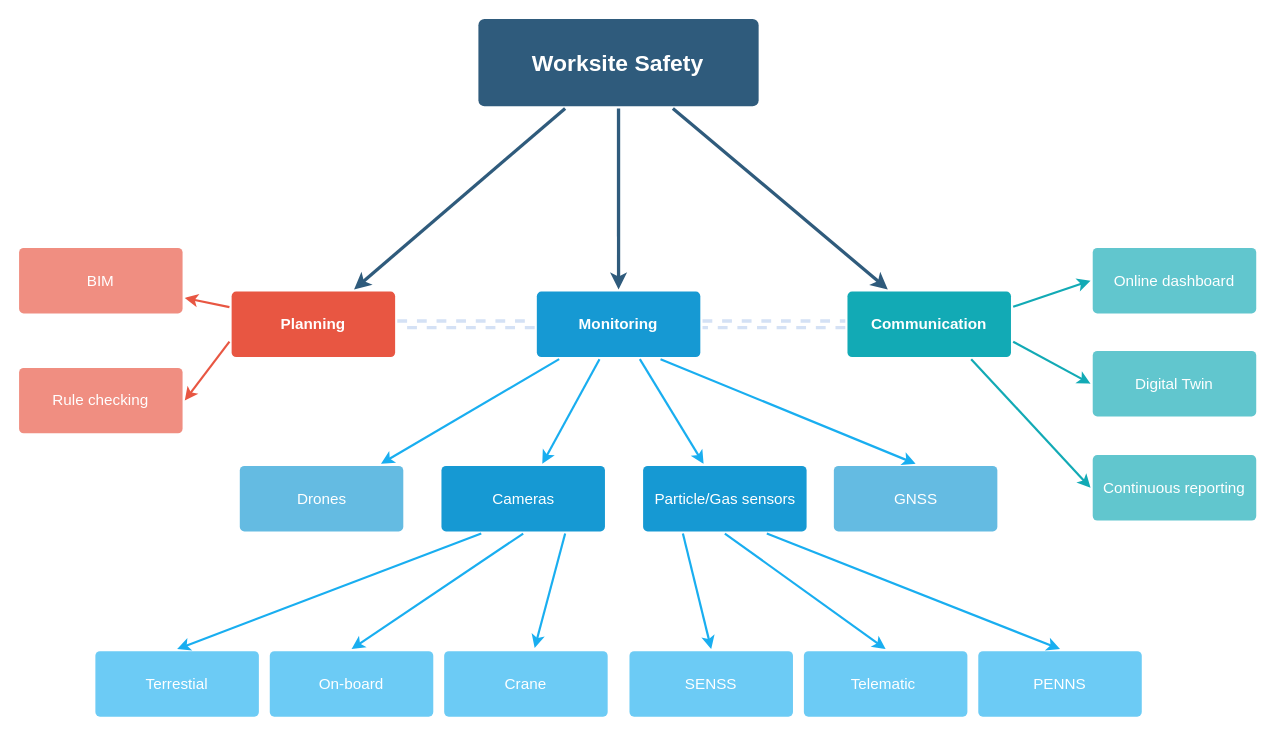
This is diagrams/Safety.drawio from Kristoffernegendahl/Femern, a draw.io file, before an edit. Source tidied: cells renumbered, new cells numbered last; positions are measured from the earlier drawing's top-left corner, leaving out a move shared by most shapes. Both pictures are drawn from the tidied source at 109%, with x=0, y=0 at pixel (19, 19).
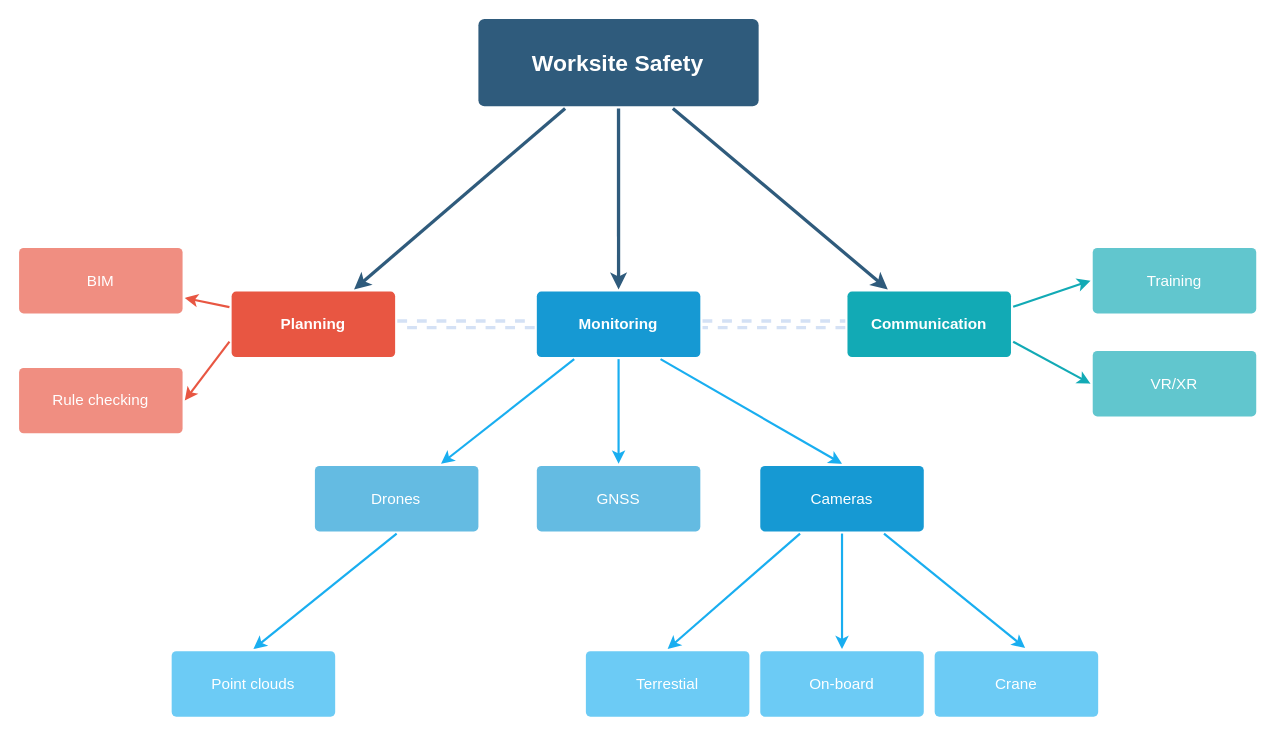
After the change.

Unchanged cells that the change refers to:
```xml
<mxCell id="16" value="Monitoring" style="rounded=1;whiteSpace=wrap;html=1;shadow=0;labelBackgroundColor=none;strokeColor=none;strokeWidth=3;fillColor=#1699D3;fontFamily=Helvetica;fontSize=14;fontColor=#FFFFFF;align=center;spacing=5;fontStyle=1;arcSize=7;perimeterSpacing=2;" parent="1" vertex="1">
  <mxGeometry x="475" y="250" width="150" height="60" as="geometry" />
</mxCell>
<mxCell id="29" value="Communication" style="rounded=1;whiteSpace=wrap;html=1;shadow=0;labelBackgroundColor=none;strokeColor=none;strokeWidth=3;fillColor=#12aab5;fontFamily=Helvetica;fontSize=14;fontColor=#FFFFFF;align=center;spacing=5;fontStyle=1;arcSize=7;perimeterSpacing=2;" parent="1" vertex="1">
  <mxGeometry x="760" y="250" width="150" height="60" as="geometry" />
</mxCell>
```

The edit, as a diff of the source:
```diff
@@
+    <mxCell id="15" style="edgeStyle=none;rounded=0;jettySize=auto;html=1;exitX=1;exitY=0.5;exitDx=0;exitDy=0;strokeColor=#D4E1F5;strokeWidth=3;shape=link;dashed=1;" parent="1" edge="1" source="16" target="29">
+      <mxGeometry relative="1" as="geometry" />
+    </mxCell>
-    <mxCell id="12" style="edgeStyle=none;rounded=0;jumpStyle=none;html=1;shadow=0;labelBackgroundColor=none;startArrow=none;startFill=0;endArrow=classic;endFill=1;jettySize=auto;strokeColor=#19AEF0;strokeWidth=2;fontFamily=Helvetica;fontSize=14;fontColor=#FFFFFF;spacing=5;endSize=6;startSize=1;" parent="1" edge="1" source="16" target="24">
+    <mxCell id="12" style="edgeStyle=none;rounded=0;jettySize=auto;html=1;exitX=0.75;exitY=1;exitDx=0;exitDy=0;entryX=0.5;entryY=0;entryDx=0;entryDy=0;strokeColor=#19AEF0;strokeWidth=2;" parent="1" edge="1" source="16" target="24">
       <mxGeometry relative="1" as="geometry" />
     </mxCell>
-    <mxCell id="13" style="edgeStyle=none;rounded=0;jumpStyle=none;html=1;shadow=0;labelBackgroundColor=none;startArrow=none;startFill=0;endArrow=classic;endFill=1;jettySize=auto;strokeColor=#19AEF0;strokeWidth=2;fontFamily=Helvetica;fontSize=14;fontColor=#FFFFFF;spacing=5;endSize=6;startSize=1;" parent="1" edge="1" source="16" target="20">
-      <mxGeometry relative="1" as="geometry" />
-    </mxCell>
-    <mxCell id="14" style="edgeStyle=none;rounded=0;jettySize=auto;html=1;exitX=0.75;exitY=1;exitDx=0;exitDy=0;entryX=0.5;entryY=0;entryDx=0;entryDy=0;strokeColor=#19AEF0;strokeWidth=2;endSize=6;startSize=1;" parent="1" edge="1" source="16" target="35">
+    <mxCell id="14" style="edgeStyle=none;rounded=0;jettySize=auto;html=1;exitX=0.5;exitY=1;exitDx=0;exitDy=0;entryX=0.5;entryY=0;entryDx=0;entryDy=0;strokeColor=#19AEF0;strokeWidth=2;" parent="1" edge="1" source="16" target="35">
       <mxGeometry relative="1" as="geometry" />
     </mxCell>
-    <mxCell id="15" style="edgeStyle=none;rounded=0;jettySize=auto;html=1;exitX=1;exitY=0.5;exitDx=0;exitDy=0;strokeColor=#D4E1F5;strokeWidth=3;shape=link;dashed=1;" parent="1" edge="1" source="16" target="29">
-      <mxGeometry relative="1" as="geometry" />
-    </mxCell>
@@
-    <mxCell id="17" style="edgeStyle=none;rounded=0;jettySize=auto;html=1;exitX=0.25;exitY=1;exitDx=0;exitDy=0;entryX=0.5;entryY=0;entryDx=0;entryDy=0;strokeColor=#19AEF0;strokeWidth=2;endSize=6;startSize=1;" parent="1" edge="1" source="20" target="36">
-      <mxGeometry relative="1" as="geometry" />
-    </mxCell>
-    <mxCell id="18" style="edgeStyle=none;rounded=0;jettySize=auto;html=1;exitX=0.5;exitY=1;exitDx=0;exitDy=0;entryX=0.5;entryY=0;entryDx=0;entryDy=0;strokeColor=#19AEF0;strokeWidth=2;endSize=6;startSize=1;" parent="1" edge="1" source="20" target="37">
-      <mxGeometry relative="1" as="geometry" />
-    </mxCell>
-    <mxCell id="19" style="edgeStyle=none;rounded=0;jettySize=auto;html=1;exitX=0.75;exitY=1;exitDx=0;exitDy=0;entryX=0.5;entryY=0;entryDx=0;entryDy=0;strokeColor=#19AEF0;strokeWidth=2;endSize=6;startSize=1;" parent="1" edge="1" source="20" target="38">
-      <mxGeometry relative="1" as="geometry" />
-    </mxCell>
-    <mxCell id="20" value="Particle/Gas sensors" style="rounded=1;whiteSpace=wrap;html=1;shadow=0;labelBackgroundColor=none;strokeColor=none;strokeWidth=3;fillColor=#1699D3;fontFamily=Helvetica;fontSize=14;fontColor=#FFFFFF;align=center;spacing=5;arcSize=7;perimeterSpacing=2;" parent="1" vertex="1">
-      <mxGeometry x="572.5" y="410" width="150" height="60" as="geometry" />
-    </mxCell>
@@
     <mxCell id="24" value="Cameras" style="rounded=1;whiteSpace=wrap;html=1;shadow=0;labelBackgroundColor=none;strokeColor=none;strokeWidth=3;fillColor=#1699D3;fontFamily=Helvetica;fontSize=14;fontColor=#FFFFFF;align=center;spacing=5;arcSize=7;perimeterSpacing=2;" parent="1" vertex="1">
-      <mxGeometry x="387.5" y="410" width="150" height="60" as="geometry" />
+      <mxGeometry x="680" y="410" width="150" height="60" as="geometry" />
     </mxCell>
+    <mxCell id="41" style="edgeStyle=none;rounded=0;jettySize=auto;html=1;exitX=0.5;exitY=1;exitDx=0;exitDy=0;entryX=0.5;entryY=0;entryDx=0;entryDy=0;strokeColor=#19AEF0;strokeWidth=2;" parent="1" edge="1" source="25" target="42">
+      <mxGeometry relative="1" as="geometry" />
+    </mxCell>
     <mxCell id="25" value="Drones" style="rounded=1;whiteSpace=wrap;html=1;shadow=0;labelBackgroundColor=none;strokeColor=none;strokeWidth=3;fillColor=#64bbe2;fontFamily=Helvetica;fontSize=14;fontColor=#FFFFFF;align=center;spacing=5;arcSize=7;perimeterSpacing=2;" parent="1" vertex="1">
-      <mxGeometry x="202.5" y="410" width="150" height="60" as="geometry" />
+      <mxGeometry x="271.4" y="410" width="150" height="60" as="geometry" />
     </mxCell>
@@
-    <mxCell id="28" style="edgeStyle=none;rounded=0;jettySize=auto;html=1;exitX=0.75;exitY=1;exitDx=0;exitDy=0;entryX=0;entryY=0.5;entryDx=0;entryDy=0;fontSize=21;strokeColor=#12AAB5;strokeWidth=2;" parent="1" edge="1" source="29" target="39">
-      <mxGeometry relative="1" as="geometry" />
-    </mxCell>
@@
-    <mxCell id="30" value="Digital Twin" style="rounded=1;whiteSpace=wrap;html=1;shadow=0;labelBackgroundColor=none;strokeColor=none;strokeWidth=3;fillColor=#61c6ce;fontFamily=Helvetica;fontSize=14;fontColor=#FFFFFF;align=center;spacing=5;fontStyle=0;arcSize=7;perimeterSpacing=2;" parent="1" vertex="1">
+    <mxCell id="30" value="VR/XR" style="rounded=1;whiteSpace=wrap;html=1;shadow=0;labelBackgroundColor=none;strokeColor=none;strokeWidth=3;fillColor=#61c6ce;fontFamily=Helvetica;fontSize=14;fontColor=#FFFFFF;align=center;spacing=5;fontStyle=0;arcSize=7;perimeterSpacing=2;" parent="1" vertex="1">
       <mxGeometry x="985" y="304.5" width="150" height="60" as="geometry" />
     </mxCell>
-    <mxCell id="31" value="Online dashboard" style="rounded=1;whiteSpace=wrap;html=1;shadow=0;labelBackgroundColor=none;strokeColor=none;strokeWidth=3;fillColor=#61c6ce;fontFamily=Helvetica;fontSize=14;fontColor=#FFFFFF;align=center;spacing=5;fontStyle=0;arcSize=7;perimeterSpacing=2;" parent="1" vertex="1">
+    <mxCell id="31" value="Training" style="rounded=1;whiteSpace=wrap;html=1;shadow=0;labelBackgroundColor=none;strokeColor=none;strokeWidth=3;fillColor=#61c6ce;fontFamily=Helvetica;fontSize=14;fontColor=#FFFFFF;align=center;spacing=5;fontStyle=0;arcSize=7;perimeterSpacing=2;" parent="1" vertex="1">
       <mxGeometry x="985" y="210" width="150" height="60" as="geometry" />
     </mxCell>
     <mxCell id="32" value="Terrestial" style="rounded=1;whiteSpace=wrap;html=1;shadow=0;labelBackgroundColor=none;strokeColor=none;strokeWidth=3;fillColor=#6CCBF5;fontFamily=Helvetica;fontSize=14;fontColor=#FFFFFF;align=center;spacing=5;arcSize=7;perimeterSpacing=2;" parent="1" vertex="1">
-      <mxGeometry x="70" y="580" width="150" height="60" as="geometry" />
+      <mxGeometry x="520" y="580" width="150" height="60" as="geometry" />
     </mxCell>
     <mxCell id="33" value="On-board" style="rounded=1;whiteSpace=wrap;html=1;shadow=0;labelBackgroundColor=none;strokeColor=none;strokeWidth=3;fillColor=#6CCBF5;fontFamily=Helvetica;fontSize=14;fontColor=#FFFFFF;align=center;spacing=5;arcSize=7;perimeterSpacing=2;" parent="1" vertex="1">
-      <mxGeometry x="230" y="580" width="150" height="60" as="geometry" />
+      <mxGeometry x="680" y="580" width="150" height="60" as="geometry" />
     </mxCell>
     <mxCell id="34" value="Crane" style="rounded=1;whiteSpace=wrap;html=1;shadow=0;labelBackgroundColor=none;strokeColor=none;strokeWidth=3;fillColor=#6CCBF5;fontFamily=Helvetica;fontSize=14;fontColor=#FFFFFF;align=center;spacing=5;arcSize=7;perimeterSpacing=2;" parent="1" vertex="1">
-      <mxGeometry x="390" y="580" width="150" height="60" as="geometry" />
+      <mxGeometry x="840" y="580" width="150" height="60" as="geometry" />
     </mxCell>
     <mxCell id="35" value="GNSS" style="rounded=1;whiteSpace=wrap;html=1;shadow=0;labelBackgroundColor=none;strokeColor=none;strokeWidth=3;fillColor=#64bbe2;fontFamily=Helvetica;fontSize=14;fontColor=#FFFFFF;align=center;spacing=5;arcSize=7;perimeterSpacing=2;" parent="1" vertex="1">
-      <mxGeometry x="747.5" y="410" width="150" height="60" as="geometry" />
+      <mxGeometry x="475" y="410" width="150" height="60" as="geometry" />
     </mxCell>
-    <mxCell id="36" value="SENSS" style="rounded=1;whiteSpace=wrap;html=1;shadow=0;labelBackgroundColor=none;strokeColor=none;strokeWidth=3;fillColor=#6CCBF5;fontFamily=Helvetica;fontSize=14;fontColor=#FFFFFF;align=center;spacing=5;arcSize=7;perimeterSpacing=2;" parent="1" vertex="1">
-      <mxGeometry x="560" y="580" width="150" height="60" as="geometry" />
-    </mxCell>
-    <mxCell id="37" value="Telematic&lt;span style=&quot;white-space: pre;&quot;&gt; &lt;/span&gt;" style="rounded=1;whiteSpace=wrap;html=1;shadow=0;labelBackgroundColor=none;strokeColor=none;strokeWidth=3;fillColor=#6CCBF5;fontFamily=Helvetica;fontSize=14;fontColor=#FFFFFF;align=center;spacing=5;arcSize=7;perimeterSpacing=2;" parent="1" vertex="1">
-      <mxGeometry x="720" y="580" width="150" height="60" as="geometry" />
-    </mxCell>
-    <mxCell id="38" value="PENNS" style="rounded=1;whiteSpace=wrap;html=1;shadow=0;labelBackgroundColor=none;strokeColor=none;strokeWidth=3;fillColor=#6CCBF5;fontFamily=Helvetica;fontSize=14;fontColor=#FFFFFF;align=center;spacing=5;arcSize=7;perimeterSpacing=2;" parent="1" vertex="1">
-      <mxGeometry x="880" y="580" width="150" height="60" as="geometry" />
-    </mxCell>
-    <mxCell id="39" value="Continuous reporting" style="rounded=1;whiteSpace=wrap;html=1;shadow=0;labelBackgroundColor=none;strokeColor=none;strokeWidth=3;fillColor=#61c6ce;fontFamily=Helvetica;fontSize=14;fontColor=#FFFFFF;align=center;spacing=5;fontStyle=0;arcSize=7;perimeterSpacing=2;" parent="1" vertex="1">
-      <mxGeometry x="985" y="400" width="150" height="60" as="geometry" />
-    </mxCell>
@@
+    <mxCell id="42" value="Point clouds" style="rounded=1;whiteSpace=wrap;html=1;shadow=0;labelBackgroundColor=none;strokeColor=none;strokeWidth=3;fillColor=#6CCBF5;fontFamily=Helvetica;fontSize=14;fontColor=#FFFFFF;align=center;spacing=5;arcSize=7;perimeterSpacing=2;" parent="1" vertex="1">
+      <mxGeometry x="140" y="580" width="150" height="60" as="geometry" />
+    </mxCell>
```
